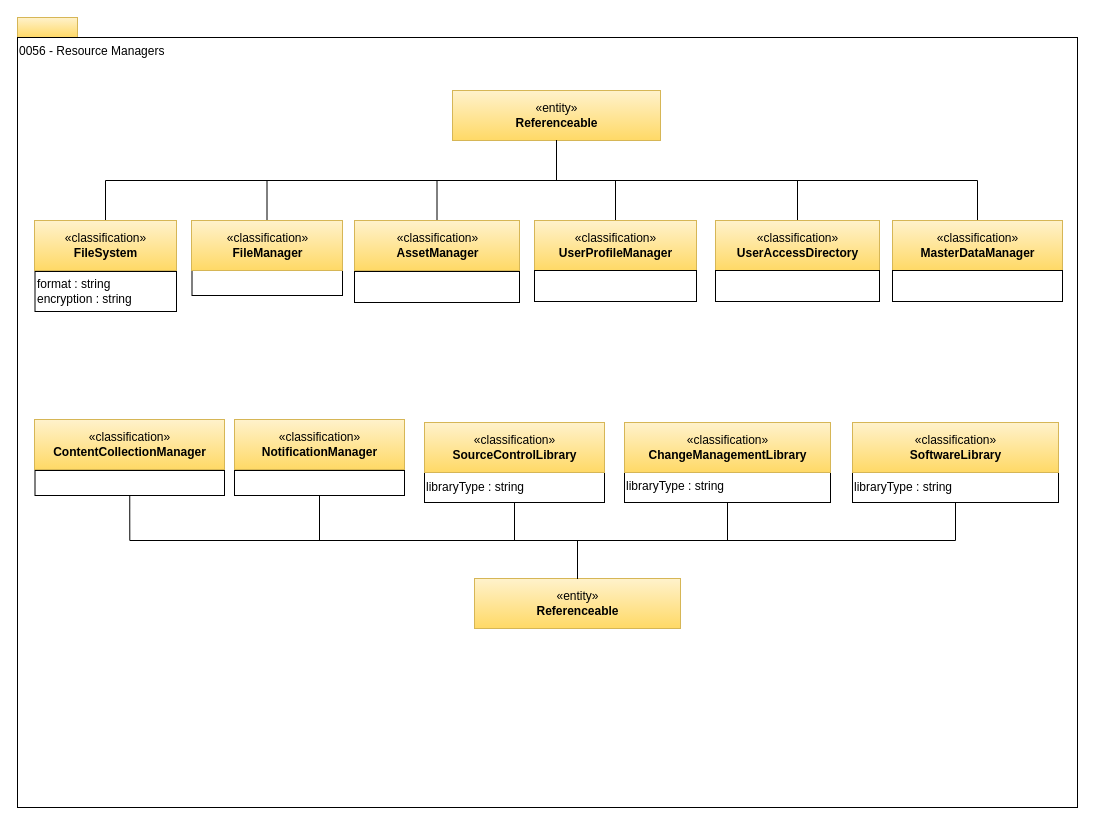
odpi/egeria-docs keeps this draw.io diagram as page "0056-Resource-Managers" (26 of 29) of site/docs/types/0/area-0-basic-types-and-infrastructure.drawio. Above is the earlier version. Source tidied: cells renumbered, new cells numbered last; positions are measured from the earlier drawing's top-left corner, leaving out a move shared by most shapes. Both pictures are drawn from the tidied source at 100%, with x=0, y=0 at pixel (17, 17).
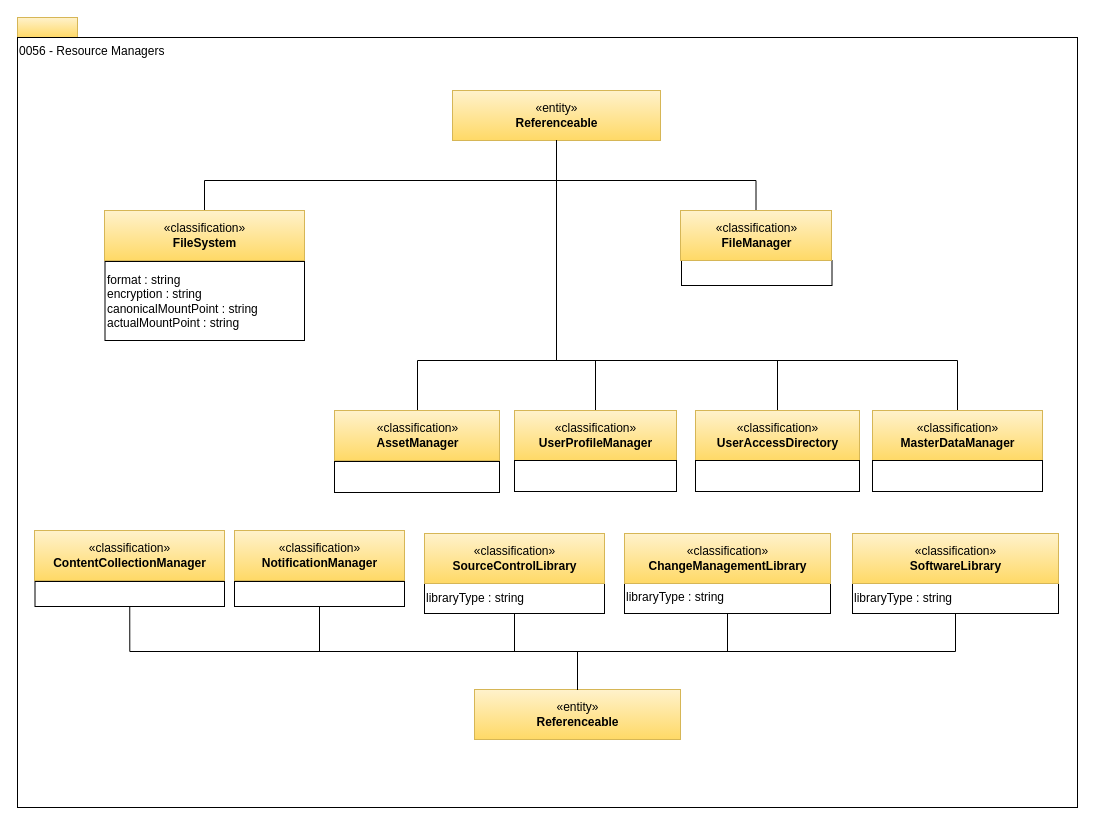
The same diagram, later.

Unchanged cells that the change refers to:
```xml
<mxCell id="7" value="«entity»&lt;br&gt;&lt;b&gt;Referenceable&lt;/b&gt;" style="html=1;strokeColor=#d6b656;align=center;fillColor=#fff2cc;gradientColor=#ffd966;" parent="1" vertex="1">
  <mxGeometry x="435" y="73" width="208" height="50" as="geometry" />
</mxCell>
```

Diff of the diagram source:
```diff
@@
     <mxCell id="4" style="edgeStyle=orthogonalEdgeStyle;rounded=0;html=1;endArrow=none;endFill=0;jettySize=auto;exitX=0.5;exitY=1;exitDx=0;exitDy=0;" parent="1" edge="1" source="7" target="5">
-      <mxGeometry relative="1" as="geometry" />
+      <mxGeometry relative="1" as="geometry">
+        <Array as="points">
+          <mxPoint x="539" y="343" />
+          <mxPoint x="760" y="343" />
+        </Array>
+      </mxGeometry>
     </mxCell>
     <mxCell id="5" value="«classification»&lt;br&gt;&lt;b&gt;UserAccessDirectory&lt;/b&gt;" style="html=1;strokeColor=#d6b656;align=center;fillColor=#fff2cc;gradientColor=#ffd966;" parent="1" vertex="1">
-      <mxGeometry x="698" y="203" width="164" height="50" as="geometry" />
+      <mxGeometry x="678" y="393" width="164" height="50" as="geometry" />
     </mxCell>
     <mxCell id="6" style="rounded=0;whiteSpace=wrap;html=1;strokeColor=#000000;gradientColor=#ffffff;align=center;" parent="1" vertex="1">
-      <mxGeometry x="698" y="253" width="164" height="31" as="geometry" />
+      <mxGeometry x="678" y="443" width="164" height="31" as="geometry" />
     </mxCell>
@@
     <mxCell id="8" style="edgeStyle=orthogonalEdgeStyle;rounded=0;html=1;endArrow=none;endFill=0;jettySize=auto;exitX=0.5;exitY=1;exitDx=0;exitDy=0;" parent="1" edge="1" source="7" target="9">
-      <mxGeometry relative="1" as="geometry" />
+      <mxGeometry relative="1" as="geometry">
+        <Array as="points">
+          <mxPoint x="539" y="343" />
+          <mxPoint x="578" y="343" />
+        </Array>
+      </mxGeometry>
     </mxCell>
     <mxCell id="9" value="«classification»&lt;br&gt;&lt;b&gt;UserProfileManager&lt;/b&gt;" style="html=1;strokeColor=#d6b656;align=center;fillColor=#fff2cc;gradientColor=#ffd966;" parent="1" vertex="1">
-      <mxGeometry x="517" y="203" width="162" height="50" as="geometry" />
+      <mxGeometry x="497" y="393" width="162" height="50" as="geometry" />
     </mxCell>
     <mxCell id="10" style="rounded=0;whiteSpace=wrap;html=1;strokeColor=#000000;gradientColor=#ffffff;align=center;" parent="1" vertex="1">
-      <mxGeometry x="517" y="253" width="162" height="31" as="geometry" />
+      <mxGeometry x="497" y="443" width="162" height="31" as="geometry" />
     </mxCell>
     <mxCell id="11" style="edgeStyle=orthogonalEdgeStyle;rounded=0;html=1;endArrow=none;endFill=0;jettySize=auto;exitX=0.5;exitY=1;exitDx=0;exitDy=0;" parent="1" edge="1" source="7" target="12">
-      <mxGeometry relative="1" as="geometry" />
+      <mxGeometry relative="1" as="geometry">
+        <Array as="points">
+          <mxPoint x="539" y="343" />
+          <mxPoint x="400" y="343" />
+        </Array>
+      </mxGeometry>
     </mxCell>
     <mxCell id="12" value="«classification»&lt;br&gt;&lt;b&gt;AssetManager&lt;/b&gt;" style="html=1;strokeColor=#d6b656;align=center;fillColor=#fff2cc;gradientColor=#ffd966;" parent="1" vertex="1">
-      <mxGeometry x="337" y="203" width="165" height="50" as="geometry" />
+      <mxGeometry x="317" y="393" width="165" height="50" as="geometry" />
     </mxCell>
     <mxCell id="13" style="rounded=0;whiteSpace=wrap;html=1;strokeColor=#000000;gradientColor=#ffffff;align=center;" parent="1" vertex="1">
-      <mxGeometry x="337" y="254" width="165" height="31" as="geometry" />
+      <mxGeometry x="317" y="444" width="165" height="31" as="geometry" />
     </mxCell>
     <mxCell id="14" style="edgeStyle=orthogonalEdgeStyle;rounded=0;html=1;endArrow=none;endFill=0;jettySize=auto;exitX=0.5;exitY=1;exitDx=0;exitDy=0;" parent="1" edge="1" source="7" target="15">
-      <mxGeometry relative="1" as="geometry" />
+      <mxGeometry relative="1" as="geometry">
+        <Array as="points">
+          <mxPoint x="539" y="343" />
+          <mxPoint x="940" y="343" />
+        </Array>
+      </mxGeometry>
     </mxCell>
     <mxCell id="15" value="«classification»&lt;br&gt;&lt;b&gt;MasterDataManager&lt;/b&gt;" style="html=1;strokeColor=#d6b656;align=center;fillColor=#fff2cc;gradientColor=#ffd966;" parent="1" vertex="1">
-      <mxGeometry x="875" y="203" width="170" height="50" as="geometry" />
+      <mxGeometry x="855" y="393" width="170" height="50" as="geometry" />
     </mxCell>
     <mxCell id="16" style="rounded=0;whiteSpace=wrap;html=1;strokeColor=#000000;gradientColor=#ffffff;align=center;" parent="1" vertex="1">
-      <mxGeometry x="875" y="253" width="170" height="31" as="geometry" />
+      <mxGeometry x="855" y="443" width="170" height="31" as="geometry" />
     </mxCell>
     <mxCell id="17" style="edgeStyle=orthogonalEdgeStyle;rounded=0;jettySize=auto;html=1;exitX=0.5;exitY=0;exitDx=0;exitDy=0;endArrow=none;endFill=0;" parent="1" edge="1" source="19" target="7">
       <mxGeometry relative="1" as="geometry">
         <Array as="points">
-          <mxPoint x="88" y="163" />
+          <mxPoint x="187" y="163" />
           <mxPoint x="539" y="163" />
         </Array>
       </mxGeometry>
     </mxCell>
-    <mxCell id="18" value="format : string&lt;br&gt;encryption : string&lt;br&gt;" style="rounded=0;whiteSpace=wrap;html=1;strokeColor=#000000;gradientColor=#ffffff;align=left;" parent="1" vertex="1">
-      <mxGeometry x="17.5" y="254" width="141.5" height="40" as="geometry" />
+    <mxCell id="18" value="format : string&lt;br&gt;encryption : string&lt;div&gt;canonicalMountPoint : string&lt;br&gt;&lt;/div&gt;&lt;div&gt;actualMountPoint : string&lt;/div&gt;" style="rounded=0;whiteSpace=wrap;html=1;strokeColor=#000000;gradientColor=#ffffff;align=left;" parent="1" vertex="1">
+      <mxGeometry x="87.5" y="244" width="199.5" height="79" as="geometry" />
     </mxCell>
     <mxCell id="19" value="«classification»&lt;br&gt;&lt;b&gt;FileSystem&lt;/b&gt;" style="html=1;strokeColor=#d6b656;align=center;fillColor=#fff2cc;gradientColor=#ffd966;" parent="1" vertex="1">
-      <mxGeometry x="17" y="203" width="142" height="50" as="geometry" />
+      <mxGeometry x="87" y="193" width="200" height="50" as="geometry" />
     </mxCell>
     <mxCell id="20" style="edgeStyle=orthogonalEdgeStyle;rounded=0;jettySize=auto;html=1;exitX=0.5;exitY=0;exitDx=0;exitDy=0;entryX=0.5;entryY=1;entryDx=0;entryDy=0;endArrow=none;endFill=0;" parent="1" edge="1" source="22" target="7">
       <mxGeometry relative="1" as="geometry">
         <Array as="points">
-          <mxPoint x="250" y="163" />
+          <mxPoint x="739" y="163" />
           <mxPoint x="539" y="163" />
         </Array>
       </mxGeometry>
     </mxCell>
     <mxCell id="21" style="rounded=0;whiteSpace=wrap;html=1;strokeColor=#000000;gradientColor=#ffffff;align=left;" parent="1" vertex="1">
-      <mxGeometry x="174.5" y="253" width="150.5" height="25" as="geometry" />
+      <mxGeometry x="664" y="243" width="150.5" height="25" as="geometry" />
     </mxCell>
     <mxCell id="22" value="«classification»&lt;br&gt;&lt;b&gt;FileManager&lt;/b&gt;" style="html=1;strokeColor=#d6b656;align=center;fillColor=#fff2cc;gradientColor=#ffd966;" parent="1" vertex="1">
-      <mxGeometry x="174" y="203" width="151" height="50" as="geometry" />
+      <mxGeometry x="663" y="193" width="151" height="50" as="geometry" />
     </mxCell>
     <mxCell id="23" value="«entity»&lt;br&gt;&lt;b&gt;Referenceable&lt;/b&gt;" style="html=1;strokeColor=#d6b656;align=center;fillColor=#fff2cc;gradientColor=#ffd966;" parent="1" vertex="1">
-      <mxGeometry x="457" y="561" width="206" height="50" as="geometry" />
+      <mxGeometry x="457" y="672" width="206" height="50" as="geometry" />
     </mxCell>
     <mxCell id="24" style="edgeStyle=orthogonalEdgeStyle;rounded=0;jettySize=auto;html=1;exitX=0.5;exitY=1;exitDx=0;exitDy=0;endArrow=none;endFill=0;" parent="1" edge="1" source="25" target="23">
       <mxGeometry relative="1" as="geometry">
         <Array as="points">
-          <mxPoint x="112" y="523" />
-          <mxPoint x="560" y="523" />
+          <mxPoint x="112" y="634" />
+          <mxPoint x="560" y="634" />
         </Array>
       </mxGeometry>
     </mxCell>
     <mxCell id="25" style="rounded=0;whiteSpace=wrap;html=1;strokeColor=#000000;gradientColor=#ffffff;align=left;" parent="1" vertex="1">
-      <mxGeometry x="17.5" y="453" width="189.5" height="25" as="geometry" />
+      <mxGeometry x="17.5" y="564" width="189.5" height="25" as="geometry" />
     </mxCell>
     <mxCell id="26" value="«classification»&lt;br&gt;&lt;b&gt;ContentCollectionManager&lt;/b&gt;" style="html=1;strokeColor=#d6b656;align=center;fillColor=#fff2cc;gradientColor=#ffd966;" parent="1" vertex="1">
-      <mxGeometry x="17" y="402" width="190" height="50" as="geometry" />
+      <mxGeometry x="17" y="513" width="190" height="50" as="geometry" />
     </mxCell>
     <mxCell id="27" style="edgeStyle=orthogonalEdgeStyle;rounded=0;jettySize=auto;html=1;exitX=0.5;exitY=1;exitDx=0;exitDy=0;entryX=0.5;entryY=0;entryDx=0;entryDy=0;endArrow=none;endFill=0;" parent="1" edge="1" source="28" target="23">
       <mxGeometry relative="1" as="geometry">
         <Array as="points">
-          <mxPoint x="302" y="523" />
-          <mxPoint x="560" y="523" />
+          <mxPoint x="302" y="634" />
+          <mxPoint x="560" y="634" />
         </Array>
       </mxGeometry>
     </mxCell>
     <mxCell id="28" style="rounded=0;whiteSpace=wrap;html=1;strokeColor=#000000;gradientColor=#ffffff;align=left;" parent="1" vertex="1">
-      <mxGeometry x="217" y="453" width="170" height="25" as="geometry" />
+      <mxGeometry x="217" y="564" width="170" height="25" as="geometry" />
     </mxCell>
     <mxCell id="29" value="«classification»&lt;br&gt;&lt;b&gt;NotificationManager&lt;/b&gt;" style="html=1;strokeColor=#d6b656;align=center;fillColor=#fff2cc;gradientColor=#ffd966;" parent="1" vertex="1">
-      <mxGeometry x="217" y="402" width="170" height="50" as="geometry" />
+      <mxGeometry x="217" y="513" width="170" height="50" as="geometry" />
     </mxCell>
     <mxCell id="30" style="triangle;whiteSpace=wrap;html=1;strokeColor=#000000;gradientColor=#ffffff;align=center;rotation=-90;" parent="1" vertex="1">
-      <mxGeometry x="927" y="464" width="17" height="21" as="geometry" />
+      <mxGeometry x="927" y="575" width="17" height="21" as="geometry" />
     </mxCell>
@@
     <mxCell id="32" value="libraryType : string" style="rounded=0;whiteSpace=wrap;html=1;strokeColor=#000000;gradientColor=#ffffff;align=left;" parent="1" vertex="1">
-      <mxGeometry x="407" y="455" width="180" height="30" as="geometry" />
+      <mxGeometry x="407" y="566" width="180" height="30" as="geometry" />
     </mxCell>
     <mxCell id="33" value="«classification»&lt;br&gt;&lt;b&gt;SourceControlLibrary&lt;/b&gt;" style="html=1;strokeColor=#d6b656;align=center;fillColor=#fff2cc;gradientColor=#ffd966;" parent="1" vertex="1">
-      <mxGeometry x="407" y="405" width="180" height="50" as="geometry" />
+      <mxGeometry x="407" y="516" width="180" height="50" as="geometry" />
     </mxCell>
     <mxCell id="34" value="libraryType : string" style="rounded=0;whiteSpace=wrap;html=1;strokeColor=#000000;gradientColor=#ffffff;align=left;" parent="1" vertex="1">
-      <mxGeometry x="607" y="453" width="206" height="32" as="geometry" />
+      <mxGeometry x="607" y="564" width="206" height="32" as="geometry" />
     </mxCell>
@@
     <mxCell id="36" value="«classification»&lt;br&gt;&lt;b&gt;ChangeManagementLibrary&lt;/b&gt;" style="html=1;strokeColor=#d6b656;align=center;fillColor=#fff2cc;gradientColor=#ffd966;" parent="1" vertex="1">
-      <mxGeometry x="607" y="405" width="206" height="50" as="geometry" />
+      <mxGeometry x="607" y="516" width="206" height="50" as="geometry" />
     </mxCell>
     <mxCell id="37" value="libraryType : string" style="rounded=0;whiteSpace=wrap;html=1;strokeColor=#000000;gradientColor=#ffffff;align=left;" parent="1" vertex="1">
-      <mxGeometry x="835" y="455" width="206" height="30" as="geometry" />
+      <mxGeometry x="835" y="566" width="206" height="30" as="geometry" />
     </mxCell>
@@
     <mxCell id="39" value="«classification»&lt;br&gt;&lt;b&gt;SoftwareLibrary&lt;/b&gt;" style="html=1;strokeColor=#d6b656;align=center;fillColor=#fff2cc;gradientColor=#ffd966;" parent="1" vertex="1">
-      <mxGeometry x="835" y="405" width="206" height="50" as="geometry" />
+      <mxGeometry x="835" y="516" width="206" height="50" as="geometry" />
     </mxCell>
```
